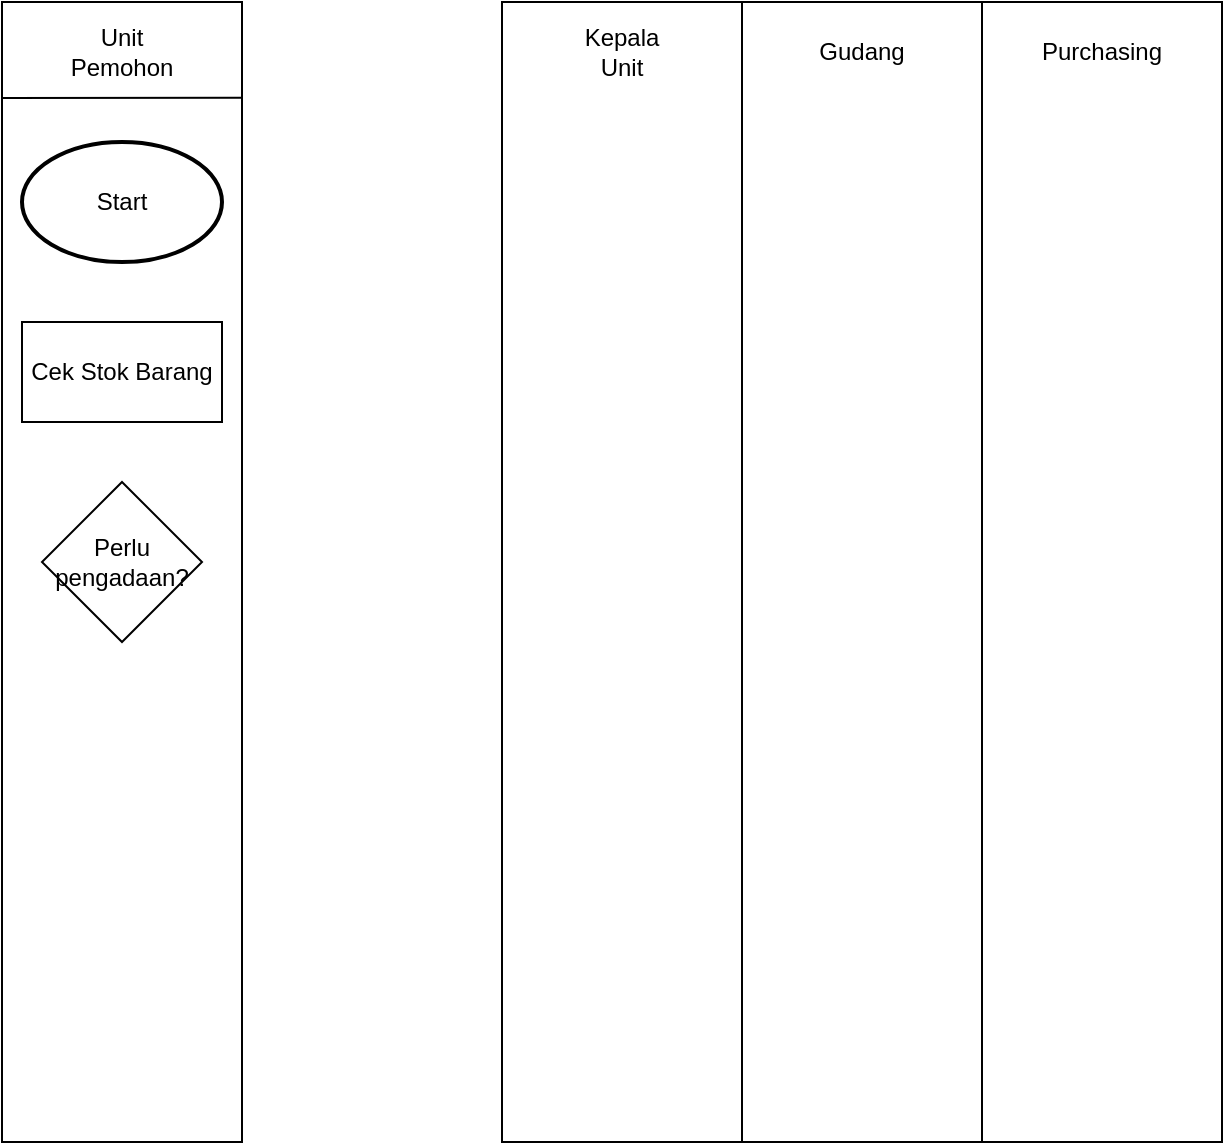
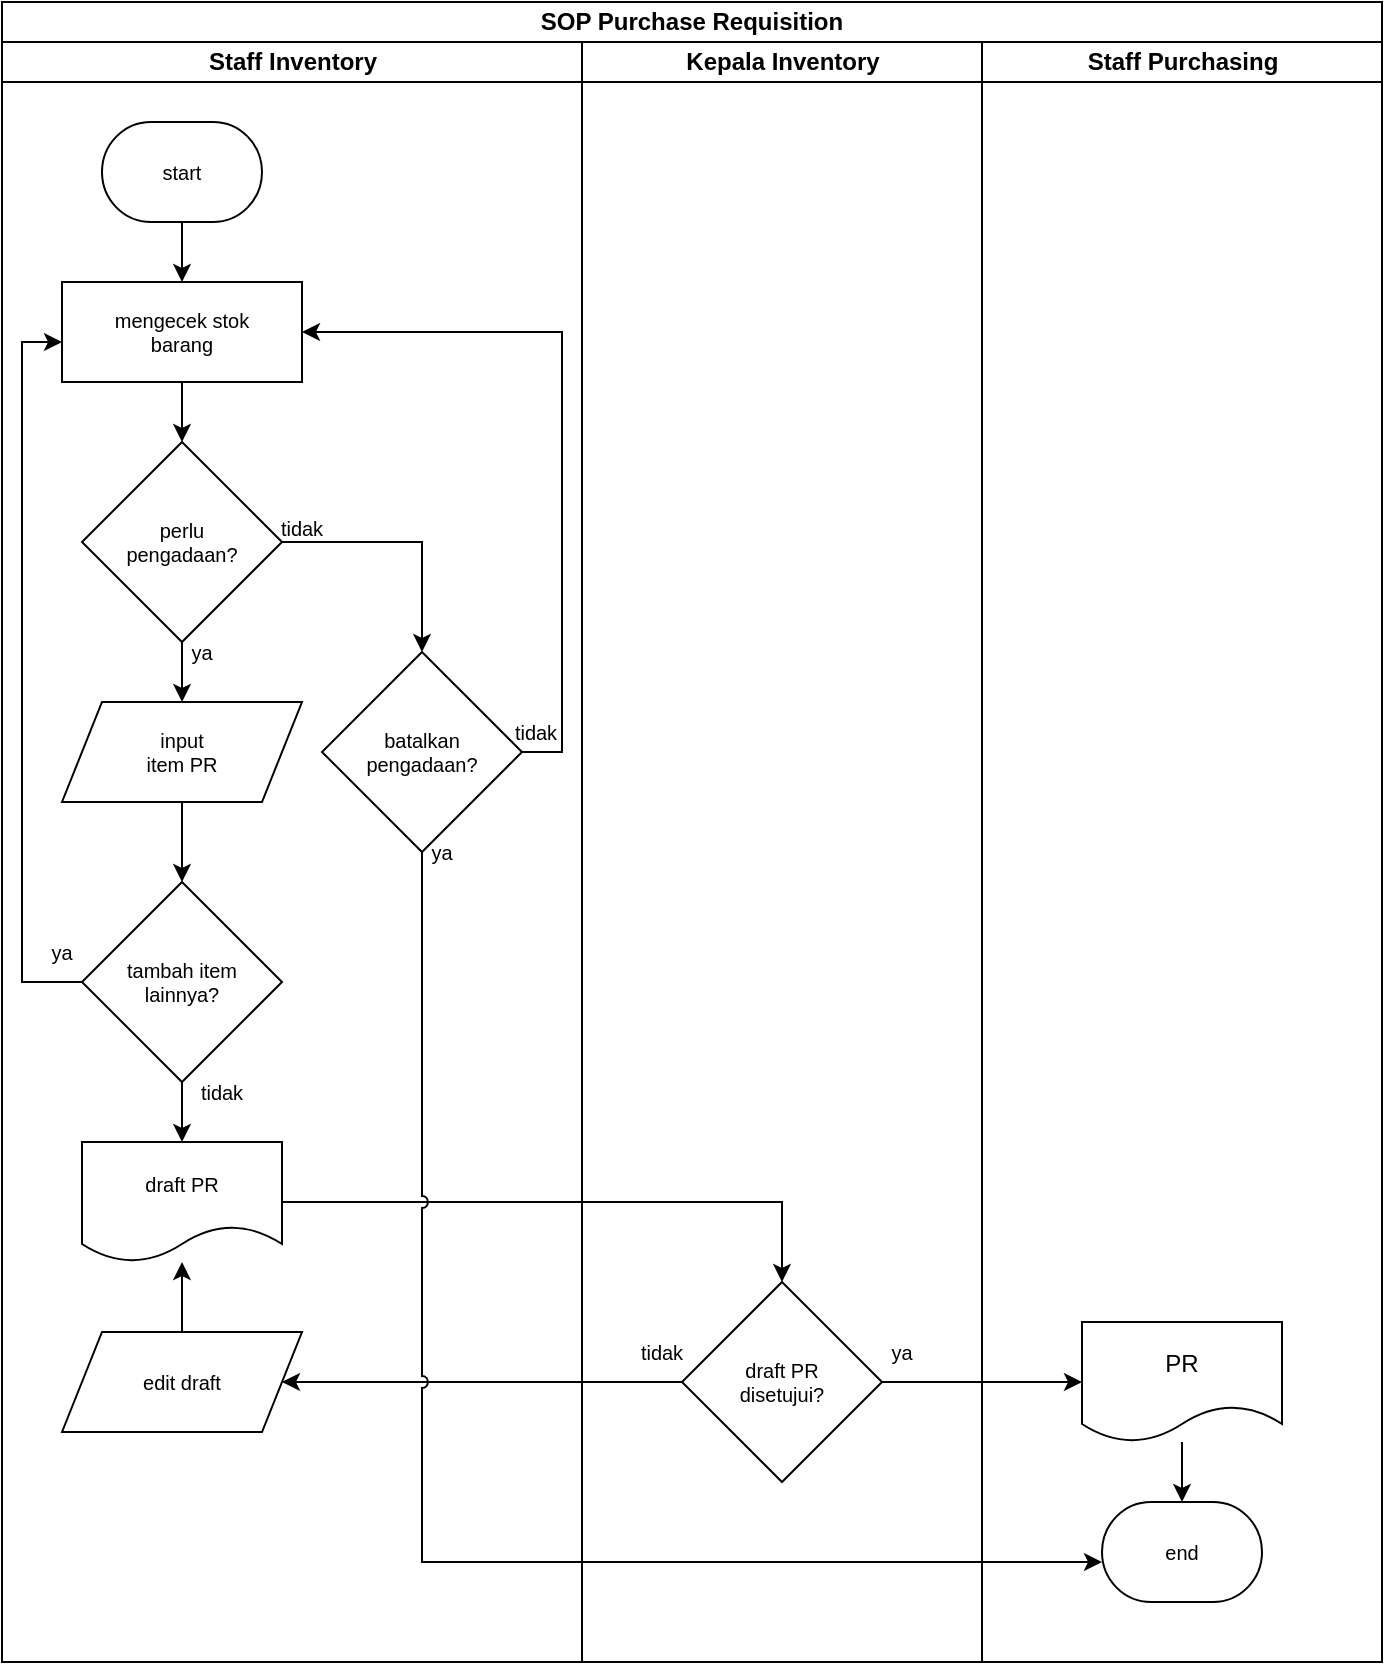
<mxfile host="app.diagrams.net">
  <diagram name="Page-1" id="-7YdF_Z_4hD_neaPn9do">
    <mxGraphModel dx="1775" dy="1000" grid="1" gridSize="10" guides="1" tooltips="1" connect="1" arrows="1" fold="1" page="1" pageScale="1" pageWidth="850" pageHeight="1100" math="0" shadow="0">
      <root>
        <mxCell id="0" />
        <mxCell id="1" parent="0" />
-         <mxCell id="29Mq2g_LqxQwG_Og5L03-31" connectable="0" parent="1" style="group" value="" vertex="1">
-           <mxGeometry height="570" width="170" x="30" y="300" as="geometry" />
-         </mxCell>
-         <mxCell id="29Mq2g_LqxQwG_Og5L03-17" parent="29Mq2g_LqxQwG_Og5L03-31" style="rounded=0;whiteSpace=wrap;html=1;" value="" vertex="1">
-           <mxGeometry height="570" width="120" as="geometry" />
-         </mxCell>
-         <mxCell id="29Mq2g_LqxQwG_Og5L03-23" parent="29Mq2g_LqxQwG_Og5L03-31" style="text;html=1;whiteSpace=wrap;strokeColor=none;fillColor=none;align=center;verticalAlign=middle;rounded=0;" value="Unit Pemohon" vertex="1">
-           <mxGeometry height="30" width="60" x="30" y="10" as="geometry" />
-         </mxCell>
-         <mxCell id="29Mq2g_LqxQwG_Og5L03-30" parent="29Mq2g_LqxQwG_Og5L03-31" style="strokeWidth=2;html=1;shape=mxgraph.flowchart.start_1;whiteSpace=wrap;" value="Start" vertex="1">
-           <mxGeometry height="60" width="100" x="10" y="70" as="geometry" />
-         </mxCell>
-         <mxCell id="29Mq2g_LqxQwG_Og5L03-38" edge="1" parent="29Mq2g_LqxQwG_Og5L03-31" style="endArrow=none;html=1;rounded=0;entryX=0.999;entryY=0.084;entryDx=0;entryDy=0;entryPerimeter=0;" target="29Mq2g_LqxQwG_Og5L03-17" value="">
-           <mxGeometry height="50" relative="1" width="50" as="geometry">
-             <mxPoint y="48" as="sourcePoint" />
-             <mxPoint x="114.68000000000006" y="47.879999999999995" as="targetPoint" />
+         <mxCell id="FgAdxiRBUQnmOL_wIOqZ-3" parent="1" style="swimlane;html=1;childLayout=stackLayout;resizeParent=1;resizeParentMax=0;startSize=20;whiteSpace=wrap;" value="SOP Purchase Requisition" vertex="1">
+           <mxGeometry height="830" width="690" x="610" y="360" as="geometry">
+             <mxRectangle height="30" width="210" x="140" y="110" as="alternateBounds" />
          </mxGeometry>
        </mxCell>
-         <mxCell id="29Mq2g_LqxQwG_Og5L03-43" parent="29Mq2g_LqxQwG_Og5L03-31" style="rounded=0;whiteSpace=wrap;html=1;" value="Cek Stok Barang" vertex="1">
-           <mxGeometry height="50" width="100" x="10" y="160" as="geometry" />
+         <mxCell id="FgAdxiRBUQnmOL_wIOqZ-4" parent="FgAdxiRBUQnmOL_wIOqZ-3" style="swimlane;html=1;startSize=20;" value="Staff Inventory" vertex="1">
+           <mxGeometry height="810" width="290" y="20" as="geometry" />
        </mxCell>
-         <mxCell id="29Mq2g_LqxQwG_Og5L03-44" parent="29Mq2g_LqxQwG_Og5L03-31" style="rhombus;whiteSpace=wrap;html=1;" value="Perlu pengadaan?" vertex="1">
-           <mxGeometry height="80" width="80" x="20" y="240" as="geometry" />
+         <mxCell id="FgAdxiRBUQnmOL_wIOqZ-5" parent="FgAdxiRBUQnmOL_wIOqZ-4" style="strokeWidth=1;html=1;shape=mxgraph.flowchart.terminator;whiteSpace=wrap;fontSize=10;align=center;horizontal=1;spacing=0;" value="start" vertex="1">
+           <mxGeometry height="50" width="80" x="50" y="40" as="geometry" />
        </mxCell>
-         <mxCell id="29Mq2g_LqxQwG_Og5L03-33" connectable="0" parent="1" style="group" value="" vertex="1">
-           <mxGeometry height="570" width="120" x="280" y="300" as="geometry" />
+         <mxCell id="FgAdxiRBUQnmOL_wIOqZ-6" parent="FgAdxiRBUQnmOL_wIOqZ-4" style="rounded=0;whiteSpace=wrap;html=1;absoluteArcSize=1;arcSize=7;strokeWidth=1;fontSize=10;" value="mengecek stok&lt;div&gt;barang&lt;/div&gt;" vertex="1">
+           <mxGeometry height="50" width="120" x="30" y="120" as="geometry" />
        </mxCell>
-         <mxCell id="29Mq2g_LqxQwG_Og5L03-18" parent="29Mq2g_LqxQwG_Og5L03-33" style="rounded=0;whiteSpace=wrap;html=1;" value="" vertex="1">
-           <mxGeometry height="570" width="120" as="geometry" />
+         <mxCell id="FgAdxiRBUQnmOL_wIOqZ-7" edge="1" parent="FgAdxiRBUQnmOL_wIOqZ-4" source="FgAdxiRBUQnmOL_wIOqZ-6" style="edgeStyle=orthogonalEdgeStyle;rounded=0;orthogonalLoop=1;jettySize=auto;html=1;" value="">
+           <mxGeometry relative="1" as="geometry">
+             <mxPoint x="90" y="200" as="targetPoint" />
+           </mxGeometry>
        </mxCell>
-         <mxCell id="29Mq2g_LqxQwG_Og5L03-24" parent="29Mq2g_LqxQwG_Og5L03-33" style="text;html=1;whiteSpace=wrap;strokeColor=none;fillColor=none;align=center;verticalAlign=middle;rounded=0;" value="Kepala Unit" vertex="1">
-           <mxGeometry height="30" width="60" x="30" y="10" as="geometry" />
+         <mxCell id="FgAdxiRBUQnmOL_wIOqZ-8" edge="1" parent="FgAdxiRBUQnmOL_wIOqZ-4" source="FgAdxiRBUQnmOL_wIOqZ-5" style="edgeStyle=orthogonalEdgeStyle;rounded=0;orthogonalLoop=1;jettySize=auto;html=1;" target="FgAdxiRBUQnmOL_wIOqZ-6" value="">
+           <mxGeometry relative="1" as="geometry" />
        </mxCell>
-         <mxCell id="29Mq2g_LqxQwG_Og5L03-34" connectable="0" parent="1" style="group" value="" vertex="1">
-           <mxGeometry height="570" width="120" x="400" y="300" as="geometry" />
+         <mxCell id="FgAdxiRBUQnmOL_wIOqZ-9" edge="1" parent="FgAdxiRBUQnmOL_wIOqZ-4" source="FgAdxiRBUQnmOL_wIOqZ-10" style="edgeStyle=orthogonalEdgeStyle;rounded=0;orthogonalLoop=1;jettySize=auto;html=1;" value="">
+           <mxGeometry relative="1" as="geometry">
+             <mxPoint x="90.02564102564111" y="330" as="targetPoint" />
+           </mxGeometry>
        </mxCell>
-         <mxCell id="29Mq2g_LqxQwG_Og5L03-19" parent="29Mq2g_LqxQwG_Og5L03-34" style="rounded=0;whiteSpace=wrap;html=1;" value="" vertex="1">
-           <mxGeometry height="570" width="120" as="geometry" />
+         <mxCell id="FgAdxiRBUQnmOL_wIOqZ-10" parent="FgAdxiRBUQnmOL_wIOqZ-4" style="rhombus;whiteSpace=wrap;html=1;fontSize=10;" value="perlu&lt;div&gt;pengadaan?&lt;/div&gt;" vertex="1">
+           <mxGeometry height="100" width="100" x="40" y="200" as="geometry" />
        </mxCell>
-         <mxCell id="29Mq2g_LqxQwG_Og5L03-25" parent="29Mq2g_LqxQwG_Og5L03-34" style="text;html=1;whiteSpace=wrap;strokeColor=none;fillColor=none;align=center;verticalAlign=middle;rounded=0;" value="Gudang" vertex="1">
-           <mxGeometry height="30" width="60" x="30" y="10" as="geometry" />
+         <mxCell id="FgAdxiRBUQnmOL_wIOqZ-11" edge="1" parent="FgAdxiRBUQnmOL_wIOqZ-4" source="FgAdxiRBUQnmOL_wIOqZ-15" style="edgeStyle=orthogonalEdgeStyle;rounded=0;orthogonalLoop=1;jettySize=auto;html=1;" target="FgAdxiRBUQnmOL_wIOqZ-14" value="">
+           <mxGeometry relative="1" as="geometry">
+             <Array as="points" />
+             <mxPoint x="90" y="380" as="sourcePoint" />
+           </mxGeometry>
        </mxCell>
-         <mxCell id="29Mq2g_LqxQwG_Og5L03-35" connectable="0" parent="1" style="group" value="" vertex="1">
-           <mxGeometry height="570" width="120" x="520" y="300" as="geometry" />
+         <mxCell id="FgAdxiRBUQnmOL_wIOqZ-12" edge="1" parent="FgAdxiRBUQnmOL_wIOqZ-4" source="FgAdxiRBUQnmOL_wIOqZ-14" style="edgeStyle=orthogonalEdgeStyle;rounded=0;orthogonalLoop=1;jettySize=auto;html=1;" target="FgAdxiRBUQnmOL_wIOqZ-6">
+           <mxGeometry relative="1" as="geometry">
+             <Array as="points">
+               <mxPoint x="10" y="470" />
+               <mxPoint x="10" y="150" />
+             </Array>
+             <mxPoint x="90" y="110" as="targetPoint" />
+           </mxGeometry>
        </mxCell>
-         <mxCell id="29Mq2g_LqxQwG_Og5L03-20" parent="29Mq2g_LqxQwG_Og5L03-35" style="rounded=0;whiteSpace=wrap;html=1;" value="" vertex="1">
-           <mxGeometry height="570" width="120" as="geometry" />
+         <mxCell id="FgAdxiRBUQnmOL_wIOqZ-13" edge="1" parent="FgAdxiRBUQnmOL_wIOqZ-4" source="FgAdxiRBUQnmOL_wIOqZ-14" style="edgeStyle=orthogonalEdgeStyle;rounded=0;orthogonalLoop=1;jettySize=auto;html=1;" value="">
+           <mxGeometry relative="1" as="geometry">
+             <mxPoint x="90" y="550" as="targetPoint" />
+           </mxGeometry>
        </mxCell>
-         <mxCell id="29Mq2g_LqxQwG_Og5L03-26" parent="29Mq2g_LqxQwG_Og5L03-35" style="text;html=1;whiteSpace=wrap;strokeColor=none;fillColor=none;align=center;verticalAlign=middle;rounded=0;" value="Purchasing" vertex="1">
-           <mxGeometry height="30" width="60" x="30" y="10" as="geometry" />
+         <mxCell id="FgAdxiRBUQnmOL_wIOqZ-14" parent="FgAdxiRBUQnmOL_wIOqZ-4" style="rhombus;whiteSpace=wrap;html=1;fontSize=10;" value="tambah item&lt;div&gt;lainnya?&lt;/div&gt;" vertex="1">
+           <mxGeometry height="100" width="100" x="40" y="420" as="geometry" />
+         </mxCell>
+         <mxCell id="FgAdxiRBUQnmOL_wIOqZ-15" parent="FgAdxiRBUQnmOL_wIOqZ-4" style="shape=parallelogram;perimeter=parallelogramPerimeter;whiteSpace=wrap;html=1;fixedSize=1;" value="&lt;div style=&quot;font-size: 10px;&quot;&gt;&lt;font style=&quot;font-size: 10px;&quot;&gt;input&lt;/font&gt;&lt;/div&gt;&lt;div style=&quot;font-size: 10px;&quot;&gt;&lt;font style=&quot;font-size: 10px;&quot;&gt;item PR&lt;/font&gt;&lt;/div&gt;" vertex="1">
+           <mxGeometry height="50" width="120" x="30" y="330" as="geometry" />
+         </mxCell>
+         <mxCell id="FgAdxiRBUQnmOL_wIOqZ-16" parent="FgAdxiRBUQnmOL_wIOqZ-4" style="shape=document;whiteSpace=wrap;html=1;boundedLbl=1;" value="&lt;font style=&quot;font-size: 10px;&quot;&gt;draft PR&lt;/font&gt;" vertex="1">
+           <mxGeometry height="60" width="100" x="40" y="550" as="geometry" />
+         </mxCell>
+         <mxCell id="FgAdxiRBUQnmOL_wIOqZ-17" edge="1" parent="FgAdxiRBUQnmOL_wIOqZ-4" source="FgAdxiRBUQnmOL_wIOqZ-18" style="edgeStyle=orthogonalEdgeStyle;rounded=0;orthogonalLoop=1;jettySize=auto;html=1;" target="FgAdxiRBUQnmOL_wIOqZ-16" value="">
+           <mxGeometry relative="1" as="geometry" />
+         </mxCell>
+         <mxCell id="FgAdxiRBUQnmOL_wIOqZ-18" parent="FgAdxiRBUQnmOL_wIOqZ-4" style="shape=parallelogram;perimeter=parallelogramPerimeter;whiteSpace=wrap;html=1;fixedSize=1;" value="&lt;span style=&quot;font-size: 10px;&quot;&gt;edit draft&lt;/span&gt;" vertex="1">
+           <mxGeometry height="50" width="120" x="30" y="645" as="geometry" />
+         </mxCell>
+         <mxCell id="FgAdxiRBUQnmOL_wIOqZ-19" edge="1" parent="FgAdxiRBUQnmOL_wIOqZ-4" source="FgAdxiRBUQnmOL_wIOqZ-10" style="edgeStyle=orthogonalEdgeStyle;rounded=0;orthogonalLoop=1;jettySize=auto;html=1;" target="FgAdxiRBUQnmOL_wIOqZ-21">
+           <mxGeometry relative="1" as="geometry">
+             <Array as="points">
+               <mxPoint x="210" y="250" />
+             </Array>
+           </mxGeometry>
+         </mxCell>
+         <mxCell id="FgAdxiRBUQnmOL_wIOqZ-20" edge="1" parent="FgAdxiRBUQnmOL_wIOqZ-4" source="FgAdxiRBUQnmOL_wIOqZ-21" style="edgeStyle=orthogonalEdgeStyle;rounded=0;orthogonalLoop=1;jettySize=auto;html=1;" target="FgAdxiRBUQnmOL_wIOqZ-6">
+           <mxGeometry relative="1" as="geometry">
+             <Array as="points">
+               <mxPoint x="280" y="355" />
+               <mxPoint x="280" y="145" />
+             </Array>
+           </mxGeometry>
+         </mxCell>
+         <mxCell id="FgAdxiRBUQnmOL_wIOqZ-21" parent="FgAdxiRBUQnmOL_wIOqZ-4" style="rhombus;whiteSpace=wrap;html=1;fontSize=10;" value="batalkan&lt;div&gt;pengadaan?&lt;/div&gt;" vertex="1">
+           <mxGeometry height="100" width="100" x="160" y="305" as="geometry" />
+         </mxCell>
+         <mxCell id="FgAdxiRBUQnmOL_wIOqZ-22" parent="FgAdxiRBUQnmOL_wIOqZ-4" style="text;html=1;align=center;verticalAlign=middle;whiteSpace=wrap;rounded=0;" value="&lt;font style=&quot;font-size: 10px;&quot;&gt;tidak&lt;/font&gt;" vertex="1">
+           <mxGeometry height="30" width="60" x="120" y="228" as="geometry" />
+         </mxCell>
+         <mxCell id="FgAdxiRBUQnmOL_wIOqZ-23" parent="FgAdxiRBUQnmOL_wIOqZ-4" style="text;html=1;align=center;verticalAlign=middle;whiteSpace=wrap;rounded=0;" value="&lt;font style=&quot;font-size: 10px;&quot;&gt;ya&lt;/font&gt;" vertex="1">
+           <mxGeometry height="30" width="60" x="70" y="290" as="geometry" />
+         </mxCell>
+         <mxCell id="FgAdxiRBUQnmOL_wIOqZ-24" parent="FgAdxiRBUQnmOL_wIOqZ-4" style="text;html=1;align=center;verticalAlign=middle;whiteSpace=wrap;rounded=0;" value="&lt;font style=&quot;font-size: 10px;&quot;&gt;tidak&lt;/font&gt;" vertex="1">
+           <mxGeometry height="30" width="60" x="237" y="330" as="geometry" />
+         </mxCell>
+         <mxCell id="FgAdxiRBUQnmOL_wIOqZ-25" parent="FgAdxiRBUQnmOL_wIOqZ-4" style="text;html=1;align=center;verticalAlign=middle;whiteSpace=wrap;rounded=0;" value="&lt;font style=&quot;font-size: 10px;&quot;&gt;ya&lt;/font&gt;" vertex="1">
+           <mxGeometry height="30" width="60" x="190" y="390" as="geometry" />
+         </mxCell>
+         <mxCell id="FgAdxiRBUQnmOL_wIOqZ-26" parent="FgAdxiRBUQnmOL_wIOqZ-4" style="text;html=1;align=center;verticalAlign=middle;whiteSpace=wrap;rounded=0;" value="&lt;font style=&quot;font-size: 10px;&quot;&gt;tidak&lt;/font&gt;" vertex="1">
+           <mxGeometry height="30" width="60" x="80" y="510" as="geometry" />
+         </mxCell>
+         <mxCell id="FgAdxiRBUQnmOL_wIOqZ-27" parent="FgAdxiRBUQnmOL_wIOqZ-4" style="text;html=1;align=center;verticalAlign=middle;whiteSpace=wrap;rounded=0;" value="&lt;font style=&quot;font-size: 10px;&quot;&gt;ya&lt;/font&gt;" vertex="1">
+           <mxGeometry height="30" width="60" y="440" as="geometry" />
+         </mxCell>
+         <mxCell id="FgAdxiRBUQnmOL_wIOqZ-28" parent="FgAdxiRBUQnmOL_wIOqZ-3" style="swimlane;html=1;startSize=20;" value="Kepala Inventory" vertex="1">
+           <mxGeometry height="810" width="200" x="290" y="20" as="geometry" />
+         </mxCell>
+         <mxCell id="FgAdxiRBUQnmOL_wIOqZ-29" parent="FgAdxiRBUQnmOL_wIOqZ-28" style="rhombus;whiteSpace=wrap;html=1;fontSize=10;" value="draft PR&lt;div&gt;disetujui?&lt;/div&gt;" vertex="1">
+           <mxGeometry height="100" width="100" x="50" y="620" as="geometry" />
+         </mxCell>
+         <mxCell id="FgAdxiRBUQnmOL_wIOqZ-30" parent="FgAdxiRBUQnmOL_wIOqZ-28" style="text;html=1;align=center;verticalAlign=middle;whiteSpace=wrap;rounded=0;" value="&lt;font style=&quot;font-size: 10px;&quot;&gt;tidak&lt;/font&gt;" vertex="1">
+           <mxGeometry height="30" width="60" x="10" y="640" as="geometry" />
+         </mxCell>
+         <mxCell id="FgAdxiRBUQnmOL_wIOqZ-31" parent="FgAdxiRBUQnmOL_wIOqZ-28" style="text;html=1;align=center;verticalAlign=middle;whiteSpace=wrap;rounded=0;" value="&lt;font style=&quot;font-size: 10px;&quot;&gt;ya&lt;/font&gt;" vertex="1">
+           <mxGeometry height="30" width="60" x="130" y="640" as="geometry" />
+         </mxCell>
+         <mxCell id="FgAdxiRBUQnmOL_wIOqZ-32" parent="FgAdxiRBUQnmOL_wIOqZ-3" style="swimlane;html=1;startSize=20;" value="Staff Purchasing" vertex="1">
+           <mxGeometry height="810" width="200" x="490" y="20" as="geometry" />
+         </mxCell>
+         <mxCell id="FgAdxiRBUQnmOL_wIOqZ-33" edge="1" parent="FgAdxiRBUQnmOL_wIOqZ-32" source="FgAdxiRBUQnmOL_wIOqZ-34" style="edgeStyle=orthogonalEdgeStyle;rounded=0;orthogonalLoop=1;jettySize=auto;html=1;" target="FgAdxiRBUQnmOL_wIOqZ-35" value="">
+           <mxGeometry relative="1" as="geometry" />
+         </mxCell>
+         <mxCell id="FgAdxiRBUQnmOL_wIOqZ-34" parent="FgAdxiRBUQnmOL_wIOqZ-32" style="shape=document;whiteSpace=wrap;html=1;boundedLbl=1;" value="PR" vertex="1">
+           <mxGeometry height="60" width="100" x="50" y="640" as="geometry" />
+         </mxCell>
+         <mxCell id="FgAdxiRBUQnmOL_wIOqZ-35" parent="FgAdxiRBUQnmOL_wIOqZ-32" style="strokeWidth=1;html=1;shape=mxgraph.flowchart.terminator;whiteSpace=wrap;fontSize=10;align=center;horizontal=1;spacing=0;" value="end" vertex="1">
+           <mxGeometry height="50" width="80" x="60" y="730" as="geometry" />
+         </mxCell>
+         <mxCell id="FgAdxiRBUQnmOL_wIOqZ-36" edge="1" parent="FgAdxiRBUQnmOL_wIOqZ-3" source="FgAdxiRBUQnmOL_wIOqZ-16" style="edgeStyle=orthogonalEdgeStyle;rounded=0;orthogonalLoop=1;jettySize=auto;html=1;" target="FgAdxiRBUQnmOL_wIOqZ-29">
+           <mxGeometry relative="1" as="geometry" />
+         </mxCell>
+         <mxCell id="FgAdxiRBUQnmOL_wIOqZ-37" edge="1" parent="FgAdxiRBUQnmOL_wIOqZ-3" source="FgAdxiRBUQnmOL_wIOqZ-29" style="edgeStyle=orthogonalEdgeStyle;rounded=0;orthogonalLoop=1;jettySize=auto;html=1;" target="FgAdxiRBUQnmOL_wIOqZ-34" value="">
+           <mxGeometry relative="1" as="geometry" />
+         </mxCell>
+         <mxCell id="FgAdxiRBUQnmOL_wIOqZ-38" edge="1" parent="FgAdxiRBUQnmOL_wIOqZ-3" source="FgAdxiRBUQnmOL_wIOqZ-29" style="edgeStyle=orthogonalEdgeStyle;rounded=0;orthogonalLoop=1;jettySize=auto;html=1;" target="FgAdxiRBUQnmOL_wIOqZ-18">
+           <mxGeometry relative="1" as="geometry">
+             <Array as="points" />
+             <mxPoint x="100" y="690" as="targetPoint" />
+           </mxGeometry>
+         </mxCell>
+         <mxCell id="FgAdxiRBUQnmOL_wIOqZ-39" edge="1" parent="FgAdxiRBUQnmOL_wIOqZ-3" source="FgAdxiRBUQnmOL_wIOqZ-21" style="edgeStyle=orthogonalEdgeStyle;rounded=0;orthogonalLoop=1;jettySize=auto;html=1;jumpStyle=arc;" target="FgAdxiRBUQnmOL_wIOqZ-35">
+           <mxGeometry relative="1" as="geometry">
+             <Array as="points">
+               <mxPoint x="210" y="780" />
+             </Array>
+           </mxGeometry>
        </mxCell>
      </root>
    </mxGraphModel>
  </diagram>
</mxfile>
